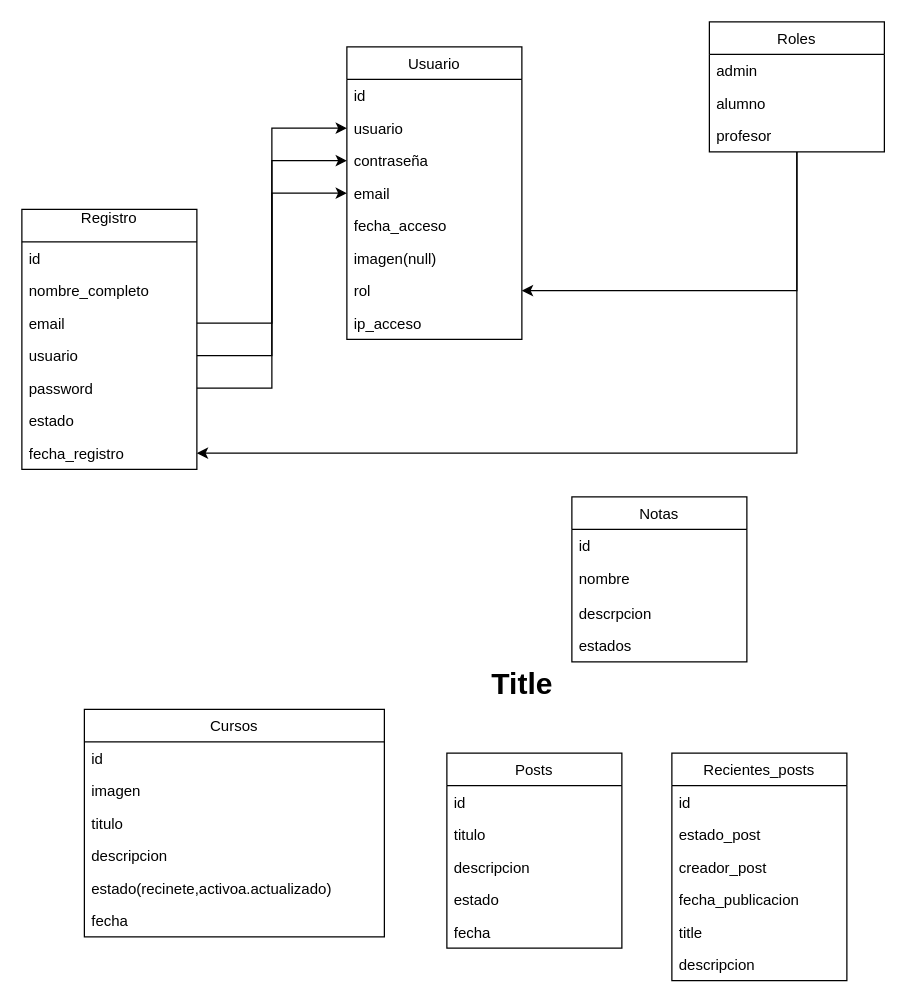
usyeimar/data-learning keeps this draw.io diagram as ModeloEntidadRelacion.drawio. Above is the earlier version. Source tidied: cells renumbered, new cells numbered last; positions are measured from the earlier drawing's top-left corner, leaving out a move shared by most shapes. Both pictures are drawn from the tidied source at 125%, with x=0, y=0 at pixel (21, 21).
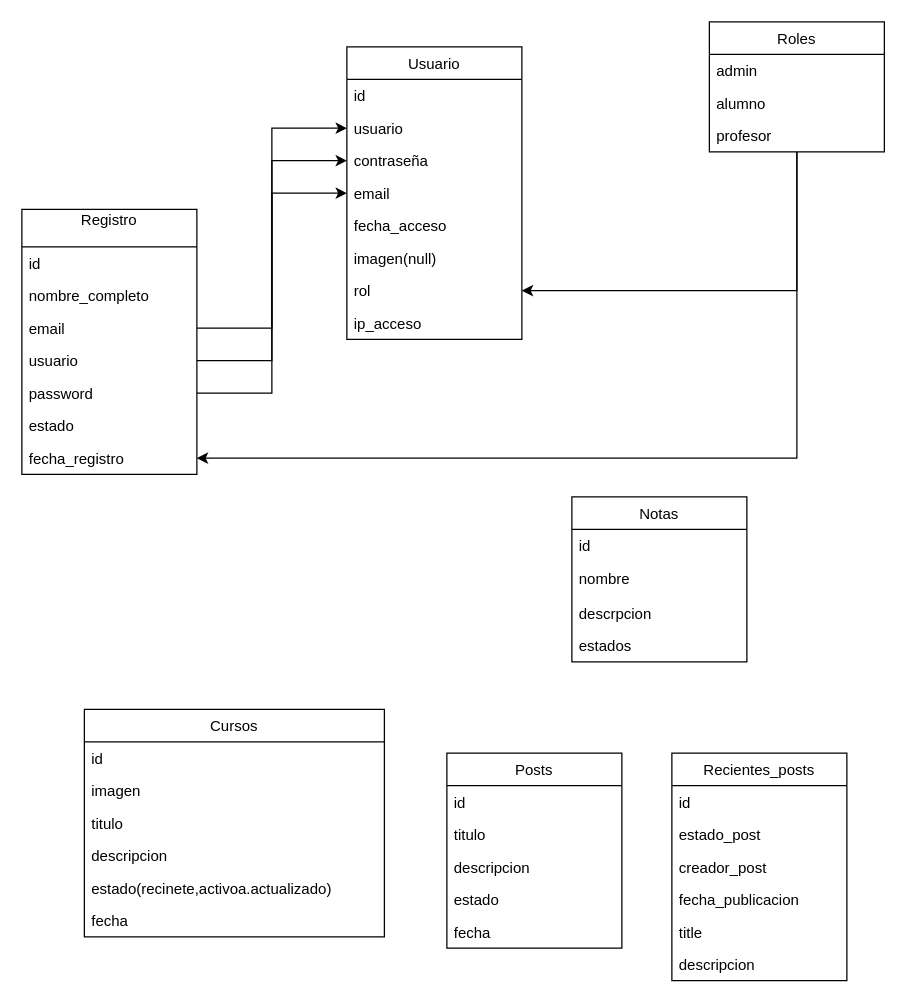
After the change.

What changed in the source:
```diff
@@
-    <mxCell id="2" value="Registro&#10;" style="swimlane;fontStyle=0;horizontal=1;startSize=26;fillColor=none;" parent="1" vertex="1">
-      <mxGeometry y="150" width="140" height="208" as="geometry" />
+    <mxCell id="2" value="Registro&#10;" style="swimlane;fontStyle=0;horizontal=1;startSize=30;fillColor=none;" parent="1" vertex="1">
+      <mxGeometry y="150" width="140" height="212" as="geometry" />
     </mxCell>
     <mxCell id="3" value="id" style="text;strokeColor=none;fillColor=none;align=left;verticalAlign=top;spacingLeft=4;spacingRight=4;overflow=hidden;" parent="2" vertex="1">
-      <mxGeometry y="26" width="140" height="26" as="geometry" />
+      <mxGeometry y="30" width="140" height="26" as="geometry" />
     </mxCell>
     <mxCell id="4" value="nombre_completo" style="text;strokeColor=none;fillColor=none;align=left;verticalAlign=top;spacingLeft=4;spacingRight=4;overflow=hidden;" parent="2" vertex="1">
-      <mxGeometry y="52" width="140" height="26" as="geometry" />
+      <mxGeometry y="56" width="140" height="26" as="geometry" />
     </mxCell>
     <mxCell id="5" value="email" style="text;strokeColor=none;fillColor=none;align=left;verticalAlign=top;spacingLeft=4;spacingRight=4;overflow=hidden;points=[[0,0.5],[1,0.5]];portConstraint=eastwest;" parent="2" vertex="1">
-      <mxGeometry y="78" width="140" height="26" as="geometry" />
+      <mxGeometry y="82" width="140" height="26" as="geometry" />
     </mxCell>
     <mxCell id="6" value="usuario" style="text;strokeColor=none;fillColor=none;align=left;verticalAlign=top;spacingLeft=4;spacingRight=4;overflow=hidden;points=[[0,0.5],[1,0.5]];portConstraint=eastwest;" parent="2" vertex="1">
-      <mxGeometry y="104" width="140" height="26" as="geometry" />
+      <mxGeometry y="108" width="140" height="26" as="geometry" />
     </mxCell>
     <mxCell id="7" value="password" style="text;strokeColor=none;fillColor=none;align=left;verticalAlign=top;spacingLeft=4;spacingRight=4;overflow=hidden;points=[[0,0.5],[1,0.5]];portConstraint=eastwest;" parent="2" vertex="1">
-      <mxGeometry y="130" width="140" height="26" as="geometry" />
+      <mxGeometry y="134" width="140" height="26" as="geometry" />
     </mxCell>
     <mxCell id="8" value="estado" style="text;strokeColor=none;fillColor=none;align=left;verticalAlign=top;spacingLeft=4;spacingRight=4;overflow=hidden;" parent="2" vertex="1">
-      <mxGeometry y="156" width="140" height="26" as="geometry" />
+      <mxGeometry y="160" width="140" height="26" as="geometry" />
     </mxCell>
     <mxCell id="9" value="fecha_registro" style="text;strokeColor=none;fillColor=none;align=left;verticalAlign=top;spacingLeft=4;spacingRight=4;overflow=hidden;points=[[0,0.5],[1,0.5]];portConstraint=eastwest;" parent="2" vertex="1">
-      <mxGeometry y="182" width="140" height="26" as="geometry" />
+      <mxGeometry y="186" width="140" height="26" as="geometry" />
     </mxCell>
@@
-    <mxCell id="46" value="Title" style="text;strokeColor=none;fillColor=none;html=1;fontSize=24;fontStyle=1;verticalAlign=middle;align=center;" parent="1" vertex="1">
-      <mxGeometry x="350" y="510" width="100" height="40" as="geometry" />
-    </mxCell>
```
